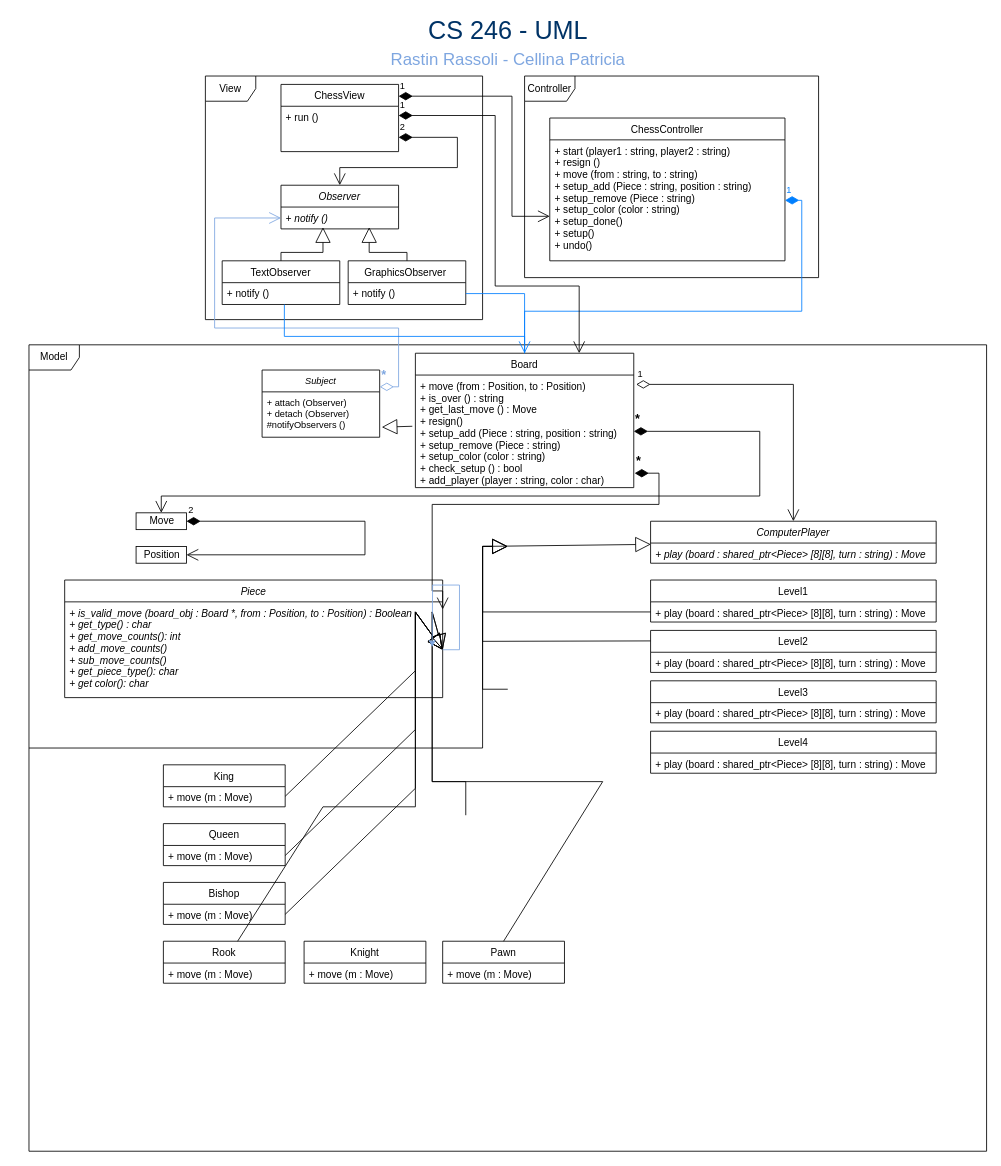
This is ChessUML.drawio from rastin1379/CS_246_Project, a draw.io file, before an edit. Source tidied: cells renumbered, new cells numbered last; positions are measured from the earlier drawing's top-left corner, leaving out a move shared by most shapes. Both pictures are drawn from the tidied source at 84%, with x=0, y=0 at pixel (29, 17).
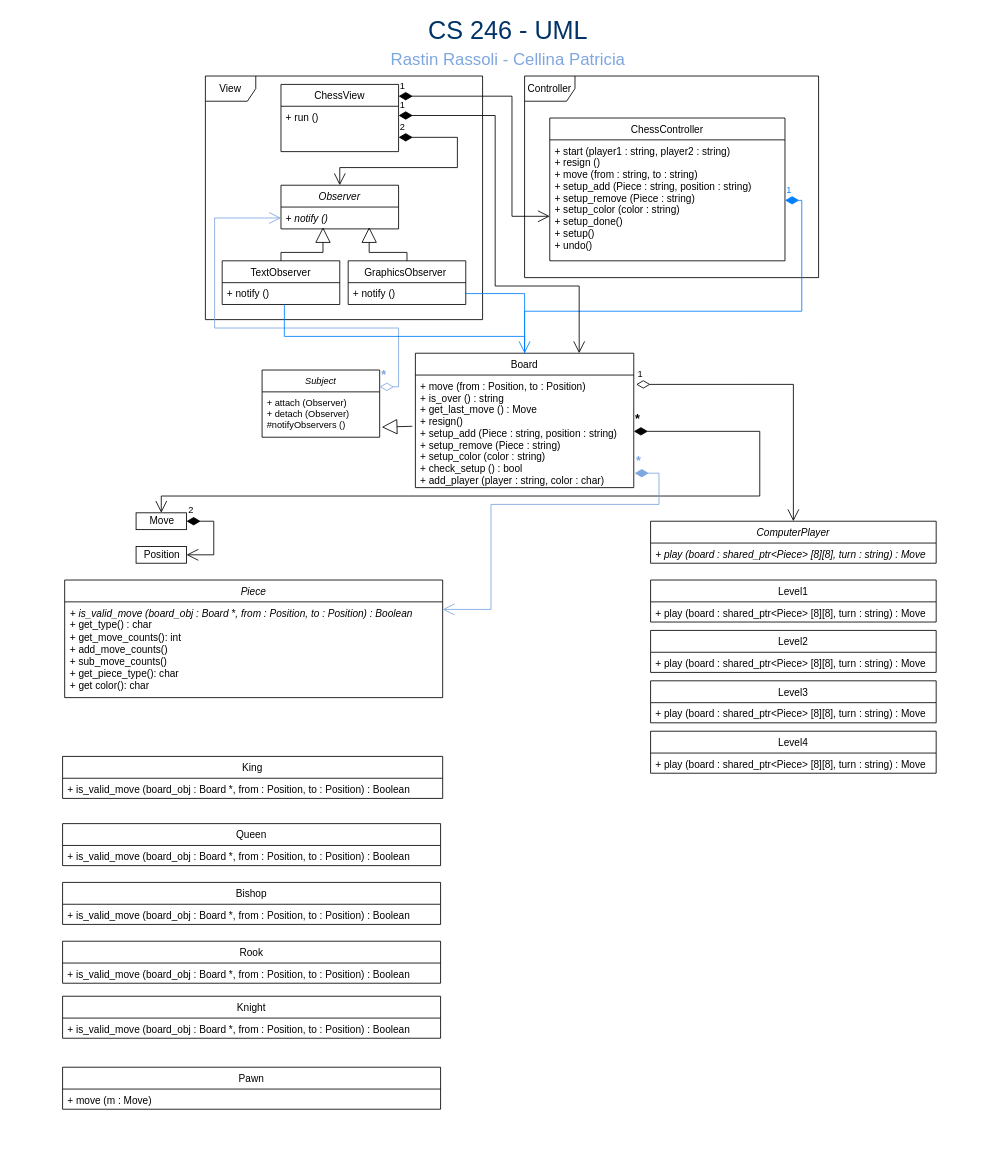
Above is the later version.

Unchanged cells that the change refers to:
```xml
<mxCell id="18" value="+ move (from : Position, to : Position) &#10;+ is_over () : string &#10;+ get_last_move () : Move&#10;+ resign()&#10;+ setup_add (Piece : string, position : string)&#10;+ setup_remove (Piece : string)&#10;+ setup_color (color : string)&#10;+ check_setup () : bool&#10;+ add_player (player : string, color : char)" style="text;strokeColor=none;fillColor=none;align=left;verticalAlign=top;spacingLeft=4;spacingRight=4;overflow=hidden;points=[[0,0.5],[1,0.5]];portConstraint=eastwest;" parent="17" vertex="1">
  <mxGeometry y="26" width="260" height="134" as="geometry" />
</mxCell>
<mxCell id="20" value="+ play (board : shared_ptr&lt;Piece&gt; [8][8], turn : string) : Move" style="text;strokeColor=none;fillColor=none;align=left;verticalAlign=top;spacingLeft=4;spacingRight=4;overflow=hidden;points=[[0,0.5],[1,0.5]];portConstraint=eastwest;fontStyle=2;" parent="19" vertex="1">
  <mxGeometry y="26" width="340" height="24" as="geometry" />
</mxCell>
<mxCell id="22" value="+ play (board : shared_ptr&lt;Piece&gt; [8][8], turn : string) : Move" style="text;strokeColor=none;fillColor=none;align=left;verticalAlign=top;spacingLeft=4;spacingRight=4;overflow=hidden;points=[[0,0.5],[1,0.5]];portConstraint=eastwest;fontStyle=0;" parent="21" vertex="1">
  <mxGeometry y="26" width="340" height="24" as="geometry" />
</mxCell>
<mxCell id="23" value="Level2" style="swimlane;fontStyle=0;horizontal=1;startSize=26;fillColor=none;" parent="1" vertex="1">
  <mxGeometry x="740" y="730" width="340" height="50" as="geometry" />
</mxCell>
<mxCell id="37" value="Move" style="html=1;" parent="1" vertex="1">
  <mxGeometry x="127.5" y="590" width="60" height="20" as="geometry" />
</mxCell>
<mxCell id="38" value="Position" style="html=1;" parent="1" vertex="1">
  <mxGeometry x="127.5" y="630" width="60" height="20" as="geometry" />
</mxCell>
<mxCell id="41" value="Piece" style="swimlane;fontStyle=2;horizontal=1;startSize=26;fillColor=none;" parent="1" vertex="1">
  <mxGeometry x="42.5" y="670" width="450" height="140" as="geometry" />
</mxCell>
```

Change to the diagram source:
```diff
@@
-    <mxCell id="4" value="Model" style="shape=umlFrame;whiteSpace=wrap;html=1;" parent="1" vertex="1">
-      <mxGeometry y="390" width="1140" height="960" as="geometry" />
-    </mxCell>
@@
-    <mxCell id="29" style="endArrow=block;endSize=16;endFill=0;html=1;rounded=0;exitX=0;exitY=0.5;exitDx=0;exitDy=0;" parent="1" edge="1" source="22">
-      <mxGeometry relative="1" as="geometry">
-        <mxPoint x="570" y="630" as="targetPoint" />
-        <Array as="points">
-          <mxPoint x="540" y="708" />
-          <mxPoint x="540" y="630" />
-        </Array>
-      </mxGeometry>
-    </mxCell>
-    <mxCell id="30" style="endArrow=block;endSize=16;endFill=0;html=1;rounded=0;exitX=0;exitY=0.25;exitDx=0;exitDy=0;" parent="1" edge="1" source="23">
-      <mxGeometry relative="1" as="geometry">
-        <mxPoint x="570" y="630" as="targetPoint" />
-        <Array as="points">
-          <mxPoint x="540" y="743" />
-          <mxPoint x="540" y="630" />
-        </Array>
-      </mxGeometry>
-    </mxCell>
-    <mxCell id="31" style="endArrow=block;endSize=16;endFill=0;html=1;rounded=0;" parent="1" edge="1">
-      <mxGeometry relative="1" as="geometry">
-        <mxPoint x="570" y="800" as="sourcePoint" />
-        <mxPoint x="570" y="630" as="targetPoint" />
-        <Array as="points">
-          <mxPoint x="540" y="800" />
-          <mxPoint x="540" y="630" />
-        </Array>
-      </mxGeometry>
-    </mxCell>
-    <mxCell id="32" style="endArrow=block;endSize=16;endFill=0;html=1;rounded=0;entryX=0.001;entryY=0.064;entryDx=0;entryDy=0;entryPerimeter=0;" parent="1" edge="1" source="4" target="20">
-      <mxGeometry relative="1" as="geometry">
-        <Array as="points">
-          <mxPoint x="540" y="870" />
-          <mxPoint x="540" y="630" />
-        </Array>
-      </mxGeometry>
-    </mxCell>
@@
     <mxCell id="40" value="&lt;font style=&quot;font-size: 11px&quot;&gt;2&lt;/font&gt;" style="endArrow=open;html=1;endSize=12;startArrow=diamondThin;startSize=14;startFill=1;edgeStyle=orthogonalEdgeStyle;align=left;verticalAlign=bottom;rounded=0;fontSize=15;exitX=1;exitY=0.5;exitDx=0;exitDy=0;entryX=1;entryY=0.5;entryDx=0;entryDy=0;" parent="1" edge="1" source="37" target="38">
       <mxGeometry x="-1" y="3" relative="1" as="geometry">
         <Array as="points">
-          <mxPoint x="400" y="600" />
-          <mxPoint x="400" y="640" />
+          <mxPoint x="220" y="600" />
+          <mxPoint x="220" y="640" />
         </Array>
       </mxGeometry>
     </mxCell>
@@
-    <mxCell id="42" value="+ is_valid_move (board_obj : Board *, from : Position, to : Position) : Boolean &#10;+ get_type() : char&#10;+ get_move_counts(): int&#10;+ add_move_counts()&#10;+ sub_move_counts()&#10;+ get_piece_type(): char&#10;+ get color(): char&#10;" style="text;strokeColor=none;fillColor=none;align=left;verticalAlign=top;spacingLeft=4;spacingRight=4;overflow=hidden;points=[[0,0.5],[1,0.5]];portConstraint=eastwest;fontStyle=2;" parent="41" vertex="1">
+    <mxCell id="42" value="&lt;i&gt;+ is_valid_move (board_obj : Board *, from : Position, to : Position) : Boolean&amp;nbsp;&lt;br&gt;&lt;/i&gt;+ get_type() : char&lt;br&gt;+ get_move_counts(): int&lt;br&gt;+ add_move_counts()&lt;br&gt;+ sub_move_counts()&lt;br&gt;+ get_piece_type(): char&lt;br&gt;+ get color(): char" style="text;strokeColor=none;fillColor=none;align=left;verticalAlign=top;spacingLeft=4;spacingRight=4;overflow=hidden;points=[[0,0.5],[1,0.5]];portConstraint=eastwest;fontStyle=0;html=1;" parent="41" vertex="1">
       <mxGeometry y="26" width="450" height="114" as="geometry" />
     </mxCell>
     <mxCell id="43" value="King" style="swimlane;fontStyle=0;horizontal=1;startSize=26;fillColor=none;" parent="1" vertex="1">
-      <mxGeometry x="160" y="890" width="145" height="50" as="geometry" />
+      <mxGeometry x="40" y="880" width="452.5" height="50" as="geometry" />
     </mxCell>
-    <mxCell id="44" value="+ move (m : Move) &#10;&#10;" style="text;strokeColor=none;fillColor=none;align=left;verticalAlign=top;spacingLeft=4;spacingRight=4;overflow=hidden;fontStyle=0;" parent="43" vertex="1">
-      <mxGeometry y="26" width="145" height="24" as="geometry" />
+    <mxCell id="44" value="+ is_valid_move (board_obj : Board *, from : Position, to : Position) : Boolean" style="text;strokeColor=none;fillColor=none;align=left;verticalAlign=top;spacingLeft=4;spacingRight=4;overflow=hidden;fontStyle=0;" parent="43" vertex="1">
+      <mxGeometry y="26" width="452.5" height="24" as="geometry" />
     </mxCell>
     <mxCell id="45" value="Queen" style="swimlane;fontStyle=0;horizontal=1;startSize=26;fillColor=none;" parent="1" vertex="1">
-      <mxGeometry x="160" y="960" width="145" height="50" as="geometry" />
+      <mxGeometry x="40" y="960" width="450" height="50" as="geometry" />
     </mxCell>
-    <mxCell id="46" value="+ move (m : Move) &#10;&#10;" style="text;strokeColor=none;fillColor=none;align=left;verticalAlign=top;spacingLeft=4;spacingRight=4;overflow=hidden;points=[[0,0.5],[1,0.5]];portConstraint=eastwest;fontStyle=0;" parent="45" vertex="1">
-      <mxGeometry y="26" width="145" height="24" as="geometry" />
+    <mxCell id="46" value="+ is_valid_move (board_obj : Board *, from : Position, to : Position) : Boolean" style="text;strokeColor=none;fillColor=none;align=left;verticalAlign=top;spacingLeft=4;spacingRight=4;overflow=hidden;points=[[0,0.5],[1,0.5]];portConstraint=eastwest;fontStyle=0;" parent="45" vertex="1">
+      <mxGeometry y="26" width="450" height="24" as="geometry" />
     </mxCell>
     <mxCell id="47" value="Bishop" style="swimlane;fontStyle=0;horizontal=1;startSize=26;fillColor=none;" parent="1" vertex="1">
-      <mxGeometry x="160" y="1030" width="145" height="50" as="geometry" />
+      <mxGeometry x="40" y="1030" width="450" height="50" as="geometry" />
     </mxCell>
-    <mxCell id="48" value="+ move (m : Move) &#10;&#10;" style="text;strokeColor=none;fillColor=none;align=left;verticalAlign=top;spacingLeft=4;spacingRight=4;overflow=hidden;points=[[0,0.5],[1,0.5]];portConstraint=eastwest;fontStyle=0;" parent="47" vertex="1">
-      <mxGeometry y="26" width="145" height="24" as="geometry" />
+    <mxCell id="48" value="+ is_valid_move (board_obj : Board *, from : Position, to : Position) : Boolean" style="text;strokeColor=none;fillColor=none;align=left;verticalAlign=top;spacingLeft=4;spacingRight=4;overflow=hidden;points=[[0,0.5],[1,0.5]];portConstraint=eastwest;fontStyle=0;" parent="47" vertex="1">
+      <mxGeometry y="26" width="450" height="24" as="geometry" />
     </mxCell>
     <mxCell id="49" value="Rook" style="swimlane;fontStyle=0;horizontal=1;startSize=26;fillColor=none;" parent="1" vertex="1">
-      <mxGeometry x="160" y="1100" width="145" height="50" as="geometry" />
+      <mxGeometry x="40" y="1100" width="450" height="50" as="geometry" />
     </mxCell>
-    <mxCell id="50" value="+ move (m : Move) &#10;&#10;" style="text;strokeColor=none;fillColor=none;align=left;verticalAlign=top;spacingLeft=4;spacingRight=4;overflow=hidden;fontStyle=0;" parent="49" vertex="1">
-      <mxGeometry y="26" width="145" height="24" as="geometry" />
+    <mxCell id="50" value="+ is_valid_move (board_obj : Board *, from : Position, to : Position) : Boolean" style="text;strokeColor=none;fillColor=none;align=left;verticalAlign=top;spacingLeft=4;spacingRight=4;overflow=hidden;fontStyle=0;" parent="49" vertex="1">
+      <mxGeometry y="26" width="450" height="24" as="geometry" />
     </mxCell>
     <mxCell id="51" value="Knight" style="swimlane;fontStyle=0;horizontal=1;startSize=26;fillColor=none;" parent="1" vertex="1">
-      <mxGeometry x="327.5" y="1100" width="145" height="50" as="geometry" />
+      <mxGeometry x="40" y="1165.5" width="450" height="50" as="geometry" />
     </mxCell>
-    <mxCell id="52" value="+ move (m : Move) &#10;&#10;" style="text;strokeColor=none;fillColor=none;align=left;verticalAlign=top;spacingLeft=4;spacingRight=4;overflow=hidden;fontStyle=0;" parent="51" vertex="1">
-      <mxGeometry y="26" width="145" height="24" as="geometry" />
+    <mxCell id="52" value="+ is_valid_move (board_obj : Board *, from : Position, to : Position) : Boolean" style="text;strokeColor=none;fillColor=none;align=left;verticalAlign=top;spacingLeft=4;spacingRight=4;overflow=hidden;fontStyle=0;" parent="51" vertex="1">
+      <mxGeometry y="26" width="450" height="24" as="geometry" />
     </mxCell>
     <mxCell id="53" value="Pawn" style="swimlane;fontStyle=0;horizontal=1;startSize=26;fillColor=none;" parent="1" vertex="1">
-      <mxGeometry x="492.5" y="1100" width="145" height="50" as="geometry" />
+      <mxGeometry x="40" y="1250" width="450" height="50" as="geometry" />
     </mxCell>
     <mxCell id="54" value="+ move (m : Move) &#10;&#10;" style="text;strokeColor=none;fillColor=none;align=left;verticalAlign=top;spacingLeft=4;spacingRight=4;overflow=hidden;fontStyle=0;" parent="53" vertex="1">
-      <mxGeometry y="26" width="145" height="24" as="geometry" />
+      <mxGeometry y="26" width="450" height="24" as="geometry" />
     </mxCell>
-    <mxCell id="55" style="endArrow=block;endSize=16;endFill=0;html=1;rounded=0;entryX=1;entryY=0.5;entryDx=0;entryDy=0;exitX=0.5;exitY=0;exitDx=0;exitDy=0;" parent="1" edge="1" source="53" target="42">
-      <mxGeometry relative="1" as="geometry">
-        <Array as="points">
-          <mxPoint x="683" y="910" />
-          <mxPoint x="480" y="910" />
-          <mxPoint x="480" y="708" />
-        </Array>
-      </mxGeometry>
-    </mxCell>
-    <mxCell id="56" style="endArrow=block;endSize=16;endFill=0;html=1;rounded=0;entryX=1;entryY=0.5;entryDx=0;entryDy=0;" parent="1" edge="1" target="42">
-      <mxGeometry relative="1" as="geometry">
-        <mxPoint x="520" y="950" as="sourcePoint" />
-        <Array as="points">
-          <mxPoint x="520" y="910" />
-          <mxPoint x="480" y="910" />
-          <mxPoint x="480" y="708" />
-        </Array>
-      </mxGeometry>
-    </mxCell>
-    <mxCell id="57" style="endArrow=block;endSize=16;endFill=0;html=1;rounded=0;entryX=1;entryY=0.5;entryDx=0;entryDy=0;" parent="1" edge="1" source="49" target="42">
-      <mxGeometry relative="1" as="geometry">
-        <Array as="points">
-          <mxPoint x="350" y="940" />
-          <mxPoint x="460" y="940" />
-          <mxPoint x="460" y="708" />
-        </Array>
-      </mxGeometry>
-    </mxCell>
-    <mxCell id="58" style="endArrow=block;endSize=16;endFill=0;html=1;rounded=0;entryX=1;entryY=0.5;entryDx=0;entryDy=0;exitX=1;exitY=0.5;exitDx=0;exitDy=0;" parent="1" edge="1" source="48" target="42">
-      <mxGeometry relative="1" as="geometry">
-        <Array as="points">
-          <mxPoint x="460" y="918" />
-          <mxPoint x="460" y="708" />
-        </Array>
-      </mxGeometry>
-    </mxCell>
-    <mxCell id="59" style="endArrow=block;endSize=16;endFill=0;html=1;rounded=0;exitX=1;exitY=0.5;exitDx=0;exitDy=0;entryX=1;entryY=0.5;entryDx=0;entryDy=0;" parent="1" edge="1" source="46" target="42">
-      <mxGeometry relative="1" as="geometry">
-        <Array as="points">
-          <mxPoint x="460" y="848" />
-          <mxPoint x="460" y="708" />
-        </Array>
-      </mxGeometry>
-    </mxCell>
-    <mxCell id="60" style="endArrow=block;endSize=16;endFill=0;html=1;rounded=0;exitX=1;exitY=0.75;exitDx=0;exitDy=0;entryX=1;entryY=0.5;entryDx=0;entryDy=0;" parent="1" edge="1" source="43" target="42">
-      <mxGeometry relative="1" as="geometry">
-        <Array as="points">
-          <mxPoint x="460" y="778" />
-          <mxPoint x="460" y="708" />
-        </Array>
-      </mxGeometry>
-    </mxCell>
-    <mxCell id="61" value="&lt;font style=&quot;font-size: 15px&quot;&gt;&lt;b&gt;*&lt;/b&gt;&lt;/font&gt;" style="endArrow=open;html=1;endSize=12;startArrow=diamondThin;startSize=14;startFill=1;edgeStyle=orthogonalEdgeStyle;align=left;verticalAlign=bottom;rounded=0;entryX=1;entryY=0.25;entryDx=0;entryDy=0;exitX=1.004;exitY=0.872;exitDx=0;exitDy=0;exitPerimeter=0;" parent="1" edge="1" source="18" target="41">
+    <mxCell id="61" value="&lt;font style=&quot;font-size: 15px&quot;&gt;&lt;b&gt;*&lt;/b&gt;&lt;/font&gt;" style="endArrow=open;html=1;endSize=12;startArrow=diamondThin;startSize=14;startFill=1;edgeStyle=orthogonalEdgeStyle;align=left;verticalAlign=bottom;rounded=0;entryX=1;entryY=0.25;entryDx=0;entryDy=0;exitX=1.004;exitY=0.872;exitDx=0;exitDy=0;exitPerimeter=0;strokeColor=#7EA6E0;fontColor=#7EA6E0;" parent="1" edge="1" source="18" target="41">
       <mxGeometry x="-1" y="3" relative="1" as="geometry">
         <Array as="points">
           <mxPoint x="750" y="543" />
           <mxPoint x="750" y="580" />
-          <mxPoint x="480" y="580" />
-          <mxPoint x="480" y="683" />
+          <mxPoint x="550" y="580" />
+          <mxPoint x="550" y="705" />
         </Array>
       </mxGeometry>
     </mxCell>
@@
-    <mxCell id="71" style="edgeStyle=orthogonalEdgeStyle;rounded=0;jettySize=auto;html=1;fontColor=#7EA6E0;strokeColor=#7EA6E0;" parent="1" edge="1" source="42">
-      <mxGeometry relative="1" as="geometry">
-        <mxPoint x="480" y="750" as="targetPoint" />
-      </mxGeometry>
-    </mxCell>
```
